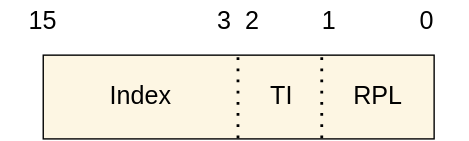
Above: Booting/images/segment-selector.svg in 0xAX/linux-insides (draw.io), before the change. Source tidied: cells renumbered, new cells last; positions are measured from the earlier drawing's top-left corner, leaving out a move shared by most shapes.
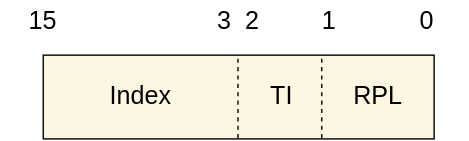
After the commit.

Change to the diagram source:
```diff
@@ -5,10 +5,10 @@
     <mxCell id="2" style="rounded=0;whiteSpace=wrap;html=1;fillColor=#FDF6E3;fontSize=18;fontColor=#000000;fontStyle=0;" parent="1" vertex="1">
       <mxGeometry x="30" y="39" width="280" height="60" as="geometry" />
     </mxCell>
-    <mxCell id="3" style="endArrow=none;dashed=1;html=1;dashPattern=1 3;strokeWidth=2;rounded=0;entryX=0.5;entryY=0;entryDx=0;entryDy=0;exitX=0.5;exitY=1;exitDx=0;exitDy=0;strokeColor=#000000;fontSize=18;fontColor=#000000;fontStyle=0;" parent="1" edge="1" source="2" target="2">
+    <mxCell id="3" style="endArrow=none;dashed=1;html=1;rounded=0;entryX=0.5;entryY=0;entryDx=0;entryDy=0;exitX=0.5;exitY=1;exitDx=0;exitDy=0;strokeColor=#000000;fontSize=18;fontColor=#000000;fontStyle=0;" parent="1" edge="1" source="2" target="2">
       <mxGeometry relative="1" as="geometry" />
     </mxCell>
-    <mxCell id="4" style="endArrow=none;dashed=1;html=1;dashPattern=1 3;strokeWidth=2;rounded=0;entryX=0.5;entryY=0;entryDx=0;entryDy=0;exitX=0.5;exitY=1;exitDx=0;exitDy=0;strokeColor=#000000;fontSize=18;fontColor=#000000;fontStyle=0;" parent="1" edge="1">
+    <mxCell id="4" style="endArrow=none;dashed=1;html=1;rounded=0;entryX=0.5;entryY=0;entryDx=0;entryDy=0;exitX=0.5;exitY=1;exitDx=0;exitDy=0;strokeColor=#000000;fontSize=18;fontColor=#000000;fontStyle=0;" parent="1" edge="1">
       <mxGeometry relative="1" as="geometry">
         <mxPoint x="230" y="99" as="sourcePoint" />
         <mxPoint x="230" y="39" as="targetPoint" />
```
